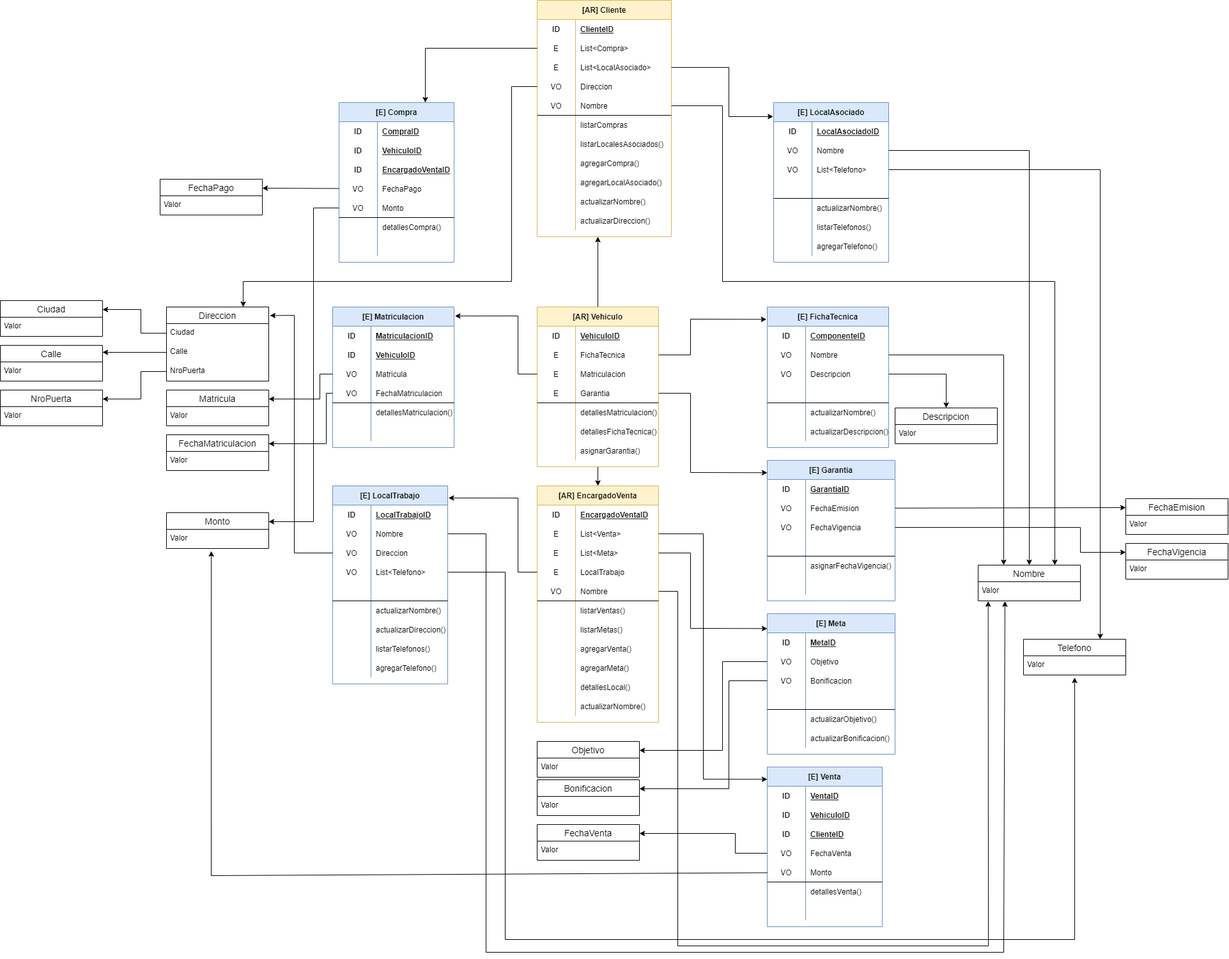
Earlier version of the draw.io export Reto Final DDD-Modelo de dominio.drawio.png (HenryFerreira/Reto-Final-DDD). Source tidied: cells renumbered, new cells last; positions are measured from the earlier drawing's top-left corner, leaving out a move shared by most shapes.
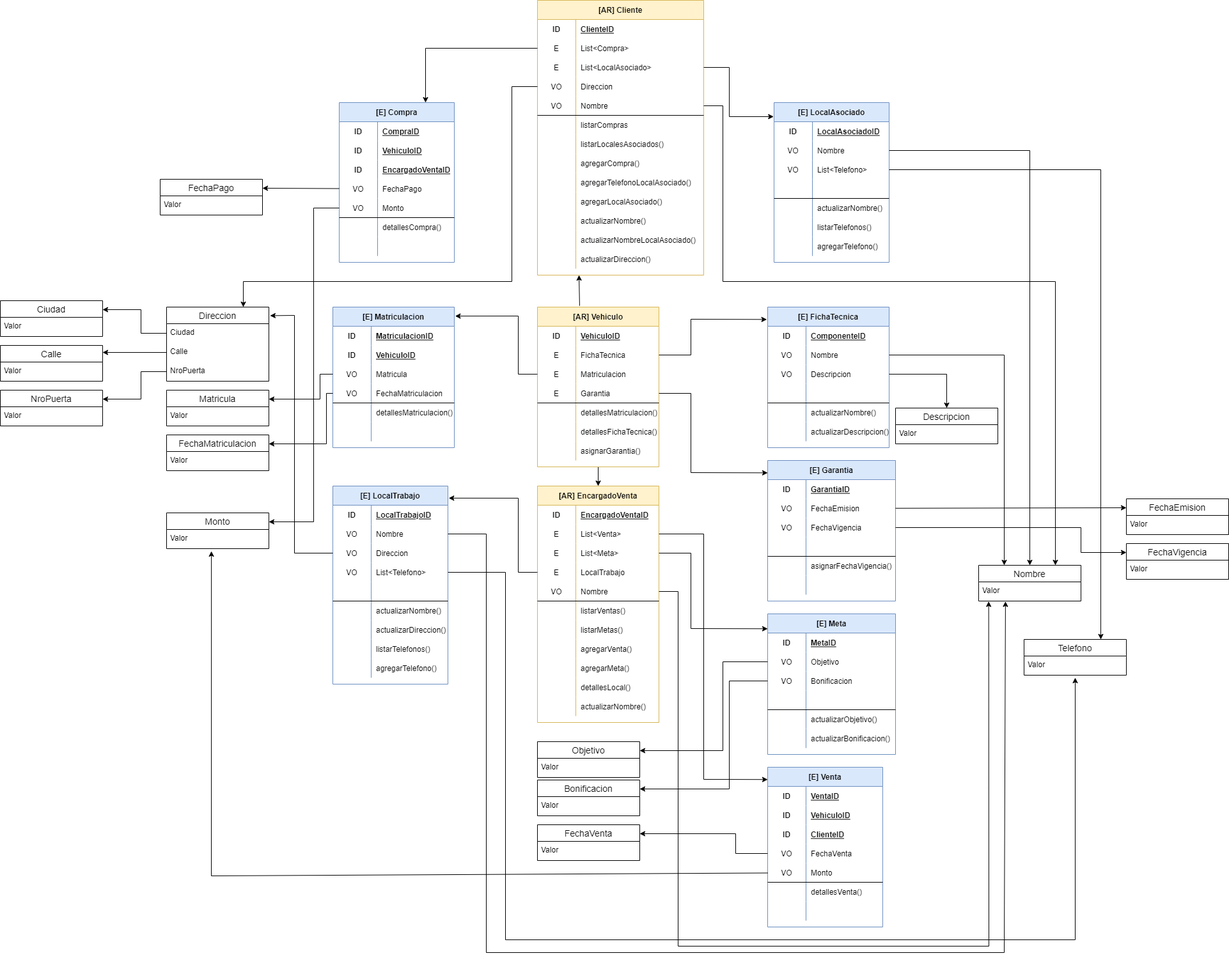
After the change.

Commit message:
se actualizo el Modelo de Dominio

Diff of the diagram source:
```diff
@@ -3,111 +3,127 @@
     <mxCell id="0" />
     <mxCell id="1" parent="0" />
     <mxCell id="2" value="[AR] Cliente" style="shape=table;startSize=30;rowLines=0;fontStyle=1;align=center;fillColor=#fff2cc;strokeColor=#d6b656;" parent="1" vertex="1">
-      <mxGeometry x="840" width="210" height="370" as="geometry" />
+      <mxGeometry x="840" width="260" height="430" as="geometry" />
     </mxCell>
     <mxCell id="3" style="shape=tableRow;horizontal=0;startSize=0;swimlaneHead=0;swimlaneBody=0;fillColor=none;top=0;left=0;right=0;bottom=0;" parent="2" vertex="1">
-      <mxGeometry y="30" width="210" height="30" as="geometry" />
+      <mxGeometry y="30" width="260" height="30" as="geometry" />
     </mxCell>
     <mxCell id="4" value="ID" style="shape=partialRectangle;fillColor=none;top=0;left=0;bottom=0;right=0;fontStyle=1;overflow=hidden;" parent="3" vertex="1">
       <mxGeometry width="60" height="30" as="geometry" />
     </mxCell>
     <mxCell id="5" value="ClienteID" style="shape=partialRectangle;fillColor=none;top=0;left=0;bottom=0;right=0;align=left;spacingLeft=6;fontStyle=5;overflow=hidden;" parent="3" vertex="1">
-      <mxGeometry x="60" width="150" height="30" as="geometry" />
+      <mxGeometry x="60" width="200" height="30" as="geometry" />
     </mxCell>
     <mxCell id="6" style="shape=tableRow;horizontal=0;startSize=0;swimlaneHead=0;swimlaneBody=0;fillColor=none;points=[[0,0.5],[1,0.5]];portConstraint=eastwest;top=0;left=0;right=0;bottom=0;strokeColor=default;" parent="2" vertex="1">
-      <mxGeometry y="60" width="210" height="30" as="geometry" />
+      <mxGeometry y="60" width="260" height="30" as="geometry" />
     </mxCell>
     <mxCell id="7" value="E" style="shape=partialRectangle;fillColor=none;top=0;left=0;bottom=0;right=0;overflow=hidden;strokeColor=default;" parent="6" vertex="1">
       <mxGeometry width="60" height="30" as="geometry" />
     </mxCell>
     <mxCell id="8" value="List&lt;Compra&gt;" style="shape=partialRectangle;fillColor=none;top=0;left=0;bottom=0;right=0;align=left;spacingLeft=6;overflow=hidden;strokeColor=default;" parent="6" vertex="1">
-      <mxGeometry x="60" width="150" height="30" as="geometry" />
+      <mxGeometry x="60" width="200" height="30" as="geometry" />
     </mxCell>
     <mxCell id="9" style="shape=tableRow;horizontal=0;startSize=0;swimlaneHead=0;swimlaneBody=0;fillColor=none;points=[[0,0.5],[1,0.5]];portConstraint=eastwest;top=0;left=0;right=0;bottom=0;" parent="2" vertex="1">
-      <mxGeometry y="90" width="210" height="30" as="geometry" />
+      <mxGeometry y="90" width="260" height="30" as="geometry" />
     </mxCell>
     <mxCell id="10" value="E" style="shape=partialRectangle;fillColor=none;top=0;left=0;bottom=0;right=0;overflow=hidden;" parent="9" vertex="1">
       <mxGeometry width="60" height="30" as="geometry" />
     </mxCell>
     <mxCell id="11" value="List&lt;LocalAsociado&gt;" style="shape=partialRectangle;fillColor=none;top=0;left=0;bottom=0;right=0;align=left;spacingLeft=6;overflow=hidden;" parent="9" vertex="1">
-      <mxGeometry x="60" width="150" height="30" as="geometry" />
+      <mxGeometry x="60" width="200" height="30" as="geometry" />
     </mxCell>
     <mxCell id="12" style="shape=tableRow;horizontal=0;startSize=0;swimlaneHead=0;swimlaneBody=0;fillColor=none;points=[[0,0.5],[1,0.5]];portConstraint=eastwest;top=0;left=0;right=0;bottom=0;" parent="2" vertex="1">
-      <mxGeometry y="120" width="210" height="30" as="geometry" />
+      <mxGeometry y="120" width="260" height="30" as="geometry" />
     </mxCell>
     <mxCell id="13" value="VO" style="shape=partialRectangle;fillColor=none;top=0;left=0;bottom=0;right=0;overflow=hidden;" parent="12" vertex="1">
       <mxGeometry width="60" height="30" as="geometry" />
     </mxCell>
     <mxCell id="14" value="Direccion" style="shape=partialRectangle;fillColor=none;top=0;left=0;bottom=0;right=0;align=left;spacingLeft=6;overflow=hidden;" parent="12" vertex="1">
-      <mxGeometry x="60" width="150" height="30" as="geometry" />
+      <mxGeometry x="60" width="200" height="30" as="geometry" />
     </mxCell>
     <mxCell id="15" style="shape=tableRow;horizontal=0;startSize=0;swimlaneHead=0;swimlaneBody=0;fillColor=none;points=[[0,0.5],[1,0.5]];portConstraint=eastwest;top=0;left=0;right=0;bottom=1;" parent="2" vertex="1">
-      <mxGeometry y="150" width="210" height="30" as="geometry" />
+      <mxGeometry y="150" width="260" height="30" as="geometry" />
     </mxCell>
     <mxCell id="16" value="VO" style="shape=partialRectangle;fillColor=none;top=0;left=0;bottom=0;right=0;fontStyle=0;overflow=hidden;" parent="15" vertex="1">
       <mxGeometry width="60" height="30" as="geometry" />
     </mxCell>
     <mxCell id="17" value="Nombre" style="shape=partialRectangle;fillColor=none;top=0;left=0;bottom=0;right=0;align=left;spacingLeft=6;fontStyle=0;overflow=hidden;" parent="15" vertex="1">
-      <mxGeometry x="60" width="150" height="30" as="geometry" />
+      <mxGeometry x="60" width="200" height="30" as="geometry" />
     </mxCell>
     <mxCell id="18" style="shape=tableRow;horizontal=0;startSize=0;swimlaneHead=0;swimlaneBody=0;fillColor=none;top=0;left=0;right=0;bottom=0;strokeColor=default;" parent="2" vertex="1">
-      <mxGeometry y="180" width="210" height="30" as="geometry" />
+      <mxGeometry y="180" width="260" height="30" as="geometry" />
     </mxCell>
     <mxCell id="19" style="shape=partialRectangle;fillColor=none;top=0;left=0;bottom=0;right=0;overflow=hidden;strokeColor=default;" parent="18" vertex="1">
       <mxGeometry width="60" height="30" as="geometry" />
     </mxCell>
     <mxCell id="20" value="listarCompras" style="shape=partialRectangle;fillColor=none;top=0;left=0;bottom=0;right=0;align=left;spacingLeft=6;overflow=hidden;strokeColor=default;" parent="18" vertex="1">
-      <mxGeometry x="60" width="150" height="30" as="geometry" />
+      <mxGeometry x="60" width="200" height="30" as="geometry" />
     </mxCell>
     <mxCell id="21" style="shape=tableRow;horizontal=0;startSize=0;swimlaneHead=0;swimlaneBody=0;fillColor=none;top=0;left=0;right=0;bottom=0;strokeColor=default;" parent="2" vertex="1">
-      <mxGeometry y="210" width="210" height="30" as="geometry" />
+      <mxGeometry y="210" width="260" height="30" as="geometry" />
     </mxCell>
     <mxCell id="22" style="shape=partialRectangle;fillColor=none;top=0;left=0;bottom=0;right=0;overflow=hidden;strokeColor=default;" parent="21" vertex="1">
       <mxGeometry width="60" height="30" as="geometry" />
     </mxCell>
     <mxCell id="23" value="listarLocalesAsociados()" style="shape=partialRectangle;fillColor=none;top=0;left=0;bottom=0;right=0;align=left;spacingLeft=6;overflow=hidden;strokeColor=default;" parent="21" vertex="1">
-      <mxGeometry x="60" width="150" height="30" as="geometry" />
+      <mxGeometry x="60" width="200" height="30" as="geometry" />
     </mxCell>
     <mxCell id="24" style="shape=tableRow;horizontal=0;startSize=0;swimlaneHead=0;swimlaneBody=0;fillColor=none;top=0;left=0;right=0;bottom=0;strokeColor=default;" parent="2" vertex="1">
-      <mxGeometry y="240" width="210" height="30" as="geometry" />
+      <mxGeometry y="240" width="260" height="30" as="geometry" />
     </mxCell>
     <mxCell id="25" style="shape=partialRectangle;fillColor=none;top=0;left=0;bottom=0;right=0;overflow=hidden;strokeColor=default;" parent="24" vertex="1">
       <mxGeometry width="60" height="30" as="geometry" />
     </mxCell>
     <mxCell id="26" value="agregarCompra()" style="shape=partialRectangle;fillColor=none;top=0;left=0;bottom=0;right=0;align=left;spacingLeft=6;overflow=hidden;strokeColor=default;" parent="24" vertex="1">
-      <mxGeometry x="60" width="150" height="30" as="geometry" />
+      <mxGeometry x="60" width="200" height="30" as="geometry" />
     </mxCell>
+    <mxCell id="329" style="shape=tableRow;horizontal=0;startSize=0;swimlaneHead=0;swimlaneBody=0;fillColor=none;top=0;left=0;right=0;bottom=0;" parent="2" vertex="1">
+      <mxGeometry y="270" width="260" height="30" as="geometry" />
+    </mxCell>
+    <mxCell id="330" style="shape=partialRectangle;fillColor=none;top=0;left=0;bottom=0;right=0;overflow=hidden;" parent="329" vertex="1">
+      <mxGeometry width="60" height="30" as="geometry" />
+    </mxCell>
+    <mxCell id="331" value="agregarTelefonoLocalAsociado()" style="shape=partialRectangle;fillColor=none;top=0;left=0;bottom=0;right=0;align=left;spacingLeft=6;overflow=hidden;" parent="329" vertex="1">
+      <mxGeometry x="60" width="200" height="30" as="geometry" />
+    </mxCell>
     <mxCell id="27" style="shape=tableRow;horizontal=0;startSize=0;swimlaneHead=0;swimlaneBody=0;fillColor=none;top=0;left=0;right=0;bottom=0;strokeColor=default;" parent="2" vertex="1">
-      <mxGeometry y="270" width="210" height="30" as="geometry" />
+      <mxGeometry y="300" width="260" height="30" as="geometry" />
     </mxCell>
     <mxCell id="28" style="shape=partialRectangle;fillColor=none;top=0;left=0;bottom=0;right=0;overflow=hidden;strokeColor=default;" parent="27" vertex="1">
       <mxGeometry width="60" height="30" as="geometry" />
     </mxCell>
     <mxCell id="29" value="agregarLocalAsociado()" style="shape=partialRectangle;fillColor=none;top=0;left=0;bottom=0;right=0;align=left;spacingLeft=6;overflow=hidden;strokeColor=default;" parent="27" vertex="1">
-      <mxGeometry x="60" width="150" height="30" as="geometry" />
+      <mxGeometry x="60" width="200" height="30" as="geometry" />
     </mxCell>
     <mxCell id="30" style="shape=tableRow;horizontal=0;startSize=0;swimlaneHead=0;swimlaneBody=0;fillColor=none;top=0;left=0;right=0;bottom=0;strokeColor=default;" parent="2" vertex="1">
-      <mxGeometry y="300" width="210" height="30" as="geometry" />
+      <mxGeometry y="330" width="260" height="30" as="geometry" />
     </mxCell>
     <mxCell id="31" style="shape=partialRectangle;fillColor=none;top=0;left=0;bottom=0;right=0;overflow=hidden;strokeColor=default;" parent="30" vertex="1">
       <mxGeometry width="60" height="30" as="geometry" />
     </mxCell>
     <mxCell id="32" value="actualizarNombre()" style="shape=partialRectangle;fillColor=none;top=0;left=0;bottom=0;right=0;align=left;spacingLeft=6;overflow=hidden;strokeColor=default;" parent="30" vertex="1">
-      <mxGeometry x="60" width="150" height="30" as="geometry" />
+      <mxGeometry x="60" width="200" height="30" as="geometry" />
     </mxCell>
+    <mxCell id="332" style="shape=tableRow;horizontal=0;startSize=0;swimlaneHead=0;swimlaneBody=0;fillColor=none;top=0;left=0;right=0;bottom=0;" parent="2" vertex="1">
+      <mxGeometry y="360" width="260" height="30" as="geometry" />
+    </mxCell>
+    <mxCell id="333" style="shape=partialRectangle;fillColor=none;top=0;left=0;bottom=0;right=0;overflow=hidden;" parent="332" vertex="1">
+      <mxGeometry width="60" height="30" as="geometry" />
+    </mxCell>
+    <mxCell id="334" value="actualizarNombreLocalAsociado()" style="shape=partialRectangle;fillColor=none;top=0;left=0;bottom=0;right=0;align=left;spacingLeft=6;overflow=hidden;" parent="332" vertex="1">
+      <mxGeometry x="60" width="200" height="30" as="geometry" />
+    </mxCell>
     <mxCell id="33" style="shape=tableRow;horizontal=0;startSize=0;swimlaneHead=0;swimlaneBody=0;fillColor=none;top=0;left=0;right=0;bottom=0;strokeColor=default;" parent="2" vertex="1">
-      <mxGeometry y="330" width="210" height="30" as="geometry" />
+      <mxGeometry y="390" width="260" height="30" as="geometry" />
     </mxCell>
     <mxCell id="34" style="shape=partialRectangle;fillColor=none;top=0;left=0;bottom=0;right=0;overflow=hidden;strokeColor=default;" parent="33" vertex="1">
       <mxGeometry width="60" height="30" as="geometry" />
     </mxCell>
     <mxCell id="35" value="actualizarDireccion()" style="shape=partialRectangle;fillColor=none;top=0;left=0;bottom=0;right=0;align=left;spacingLeft=6;overflow=hidden;strokeColor=default;" parent="33" vertex="1">
-      <mxGeometry x="60" width="150" height="30" as="geometry" />
+      <mxGeometry x="60" width="200" height="30" as="geometry" />
     </mxCell>
-    <mxCell id="36" style="edgeStyle=none;rounded=0;jettySize=auto;html=1;" parent="1" edge="1" source="38">
-      <mxGeometry relative="1" as="geometry">
-        <mxPoint x="935" y="370" as="targetPoint" />
-      </mxGeometry>
+    <mxCell id="36" style="edgeStyle=none;rounded=0;jettySize=auto;html=1;entryX=0.25;entryY=1;entryDx=0;entryDy=0;exitX=0.347;exitY=-0.008;exitDx=0;exitDy=0;exitPerimeter=0;" parent="1" edge="1" source="38" target="2">
+      <mxGeometry relative="1" as="geometry" />
     </mxCell>
     <mxCell id="37" style="edgeStyle=none;rounded=0;jettySize=auto;html=1;entryX=0.5;entryY=0;entryDx=0;entryDy=0;" parent="1" edge="1" source="38" target="60">
       <mxGeometry relative="1" as="geometry" />
```
